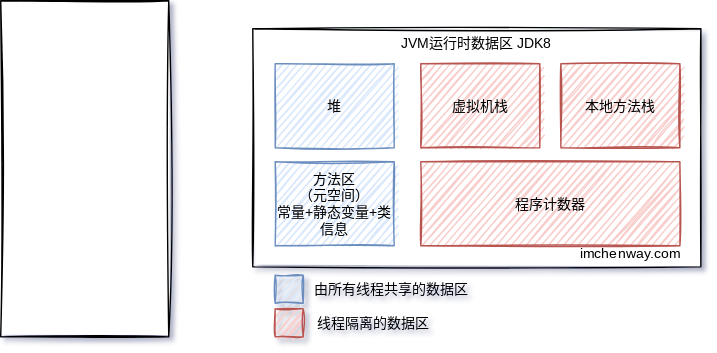
Before: private/JVM内存模型.drawio.svg, a diagram exported from draw.io (imchenway/imchenway.github.io). Source tidied: cells renumbered, new cells last; positions are measured from the earlier drawing's top-left corner, leaving out a move shared by most shapes.
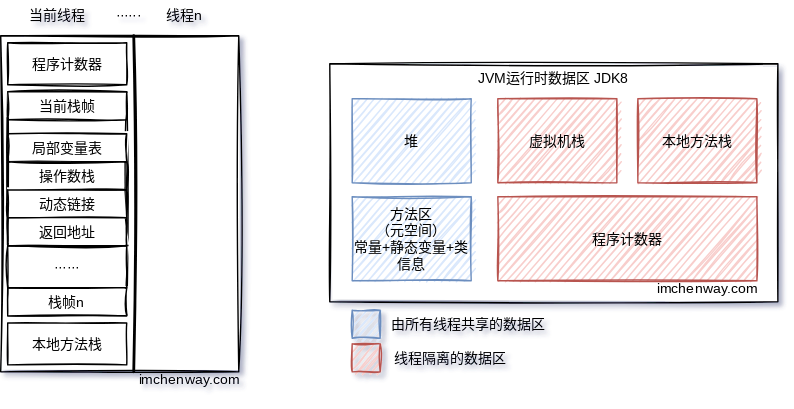
Later version of the same file.

What changed in the source:
```diff
@@ -39,7 +39,52 @@
       <mxGeometry x="223" y="220" width="85" height="20" as="geometry" />
     </mxCell>
     <mxCell id="14" style="rounded=0;whiteSpace=wrap;html=1;sketch=1;fontFamily=ZCOOL KuaiLe;fontSource=https%3A%2F%2Ffonts.googleapis.com%2Fcss%3Ffamily%3DZCOOL%2BKuaiLe;fontSize=10;" parent="1" vertex="1">
-      <mxGeometry width="120" height="240" as="geometry" />
+      <mxGeometry x="-55" width="170" height="240" as="geometry" />
     </mxCell>
+    <mxCell id="15" style="line;strokeWidth=2;direction=south;html=1;sketch=1;fontFamily=ZCOOL KuaiLe;fontSource=https%3A%2F%2Ffonts.googleapis.com%2Fcss%3Ffamily%3DZCOOL%2BKuaiLe;fontSize=10;" parent="1" vertex="1">
+      <mxGeometry x="35" width="10" height="240" as="geometry" />
+    </mxCell>
+    <mxCell id="16" value="当前线程" style="text;html=1;align=center;verticalAlign=middle;strokeColor=none;fontSize=10;fontFamily=ZCOOL KuaiLe;" parent="1" vertex="1">
+      <mxGeometry x="-40" y="-25" width="50" height="20" as="geometry" />
+    </mxCell>
+    <mxCell id="17" value="······" style="text;html=1;align=center;verticalAlign=middle;strokeColor=none;fontSize=10;fontFamily=ZCOOL KuaiLe;" parent="1" vertex="1">
+      <mxGeometry x="13" y="-25" width="45" height="20" as="geometry" />
+    </mxCell>
+    <mxCell id="18" value="线程n" style="text;html=1;align=center;verticalAlign=middle;strokeColor=none;fontSize=10;fontFamily=ZCOOL KuaiLe;" parent="1" vertex="1">
+      <mxGeometry x="58" y="-25" width="35" height="20" as="geometry" />
+    </mxCell>
+    <mxCell id="19" value="程序计数器" style="rounded=0;whiteSpace=wrap;html=1;sketch=1;fontFamily=ZCOOL KuaiLe;fontSource=https%3A%2F%2Ffonts.googleapis.com%2Fcss%3Ffamily%3DZCOOL%2BKuaiLe;fontSize=10;" parent="1" vertex="1">
+      <mxGeometry x="-50" y="5" width="85" height="30" as="geometry" />
+    </mxCell>
+    <mxCell id="20" value="本地方法栈" style="rounded=0;whiteSpace=wrap;html=1;sketch=1;fontFamily=ZCOOL KuaiLe;fontSource=https%3A%2F%2Ffonts.googleapis.com%2Fcss%3Ffamily%3DZCOOL%2BKuaiLe;fontSize=10;" parent="1" vertex="1">
+      <mxGeometry x="-50" y="205" width="85" height="30" as="geometry" />
+    </mxCell>
+    <mxCell id="21" style="rounded=0;whiteSpace=wrap;html=1;sketch=1;fontFamily=ZCOOL KuaiLe;fontSource=https%3A%2F%2Ffonts.googleapis.com%2Fcss%3Ffamily%3DZCOOL%2BKuaiLe;fontSize=10;" parent="1" vertex="1">
+      <mxGeometry x="-50" y="40" width="85" height="160" as="geometry" />
+    </mxCell>
+    <mxCell id="22" value="当前栈帧" style="rounded=0;whiteSpace=wrap;html=1;sketch=1;fontFamily=ZCOOL KuaiLe;fontSource=https%3A%2F%2Ffonts.googleapis.com%2Fcss%3Ffamily%3DZCOOL%2BKuaiLe;fontSize=10;" parent="1" vertex="1">
+      <mxGeometry x="-50" y="40" width="85" height="20" as="geometry" />
+    </mxCell>
+    <mxCell id="23" value="栈帧n" style="rounded=0;whiteSpace=wrap;html=1;sketch=1;fontFamily=ZCOOL KuaiLe;fontSource=https%3A%2F%2Ffonts.googleapis.com%2Fcss%3Ffamily%3DZCOOL%2BKuaiLe;fontSize=10;" parent="1" vertex="1">
+      <mxGeometry x="-50" y="180" width="85" height="20" as="geometry" />
+    </mxCell>
+    <mxCell id="24" value="······" style="rounded=0;whiteSpace=wrap;html=1;sketch=1;fontFamily=ZCOOL KuaiLe;fontSource=https%3A%2F%2Ffonts.googleapis.com%2Fcss%3Ffamily%3DZCOOL%2BKuaiLe;fontSize=10;" parent="1" vertex="1">
+      <mxGeometry x="-50" y="150" width="85" height="30" as="geometry" />
+    </mxCell>
+    <mxCell id="25" value="局部变量表" style="rounded=0;whiteSpace=wrap;html=1;sketch=1;fontFamily=ZCOOL KuaiLe;fontSource=https%3A%2F%2Ffonts.googleapis.com%2Fcss%3Ffamily%3DZCOOL%2BKuaiLe;fontSize=10;" parent="1" vertex="1">
+      <mxGeometry x="-50" y="70" width="85" height="20" as="geometry" />
+    </mxCell>
+    <mxCell id="26" value="操作数栈" style="rounded=0;whiteSpace=wrap;html=1;sketch=1;fontFamily=ZCOOL KuaiLe;fontSource=https%3A%2F%2Ffonts.googleapis.com%2Fcss%3Ffamily%3DZCOOL%2BKuaiLe;fontSize=10;" parent="1" vertex="1">
+      <mxGeometry x="-50" y="90" width="85" height="20" as="geometry" />
+    </mxCell>
+    <mxCell id="27" value="动态链接" style="rounded=0;whiteSpace=wrap;html=1;sketch=1;fontFamily=ZCOOL KuaiLe;fontSource=https%3A%2F%2Ffonts.googleapis.com%2Fcss%3Ffamily%3DZCOOL%2BKuaiLe;fontSize=10;" parent="1" vertex="1">
+      <mxGeometry x="-50" y="110" width="85" height="20" as="geometry" />
+    </mxCell>
+    <mxCell id="28" value="返回地址" style="rounded=0;whiteSpace=wrap;html=1;sketch=1;fontFamily=ZCOOL KuaiLe;fontSource=https%3A%2F%2Ffonts.googleapis.com%2Fcss%3Ffamily%3DZCOOL%2BKuaiLe;fontSize=10;" parent="1" vertex="1">
+      <mxGeometry x="-50" y="130" width="85" height="20" as="geometry" />
+    </mxCell>
+    <mxCell id="29" value="imchenway.com" style="text;html=1;strokeColor=none;fillColor=none;align=center;verticalAlign=middle;whiteSpace=wrap;rounded=0;fontFamily=ZCOOL KuaiLe;fontSource=https%3A%2F%2Ffonts.googleapis.com%2Fcss%3Ffamily%3DZCOOL%2BKuaiLe;fontSize=10;sketch=1;" parent="1" vertex="1">
+      <mxGeometry x="60" y="235" width="40" height="20" as="geometry" />
+    </mxCell>
   </root>
 </mxGraphModel>
```
